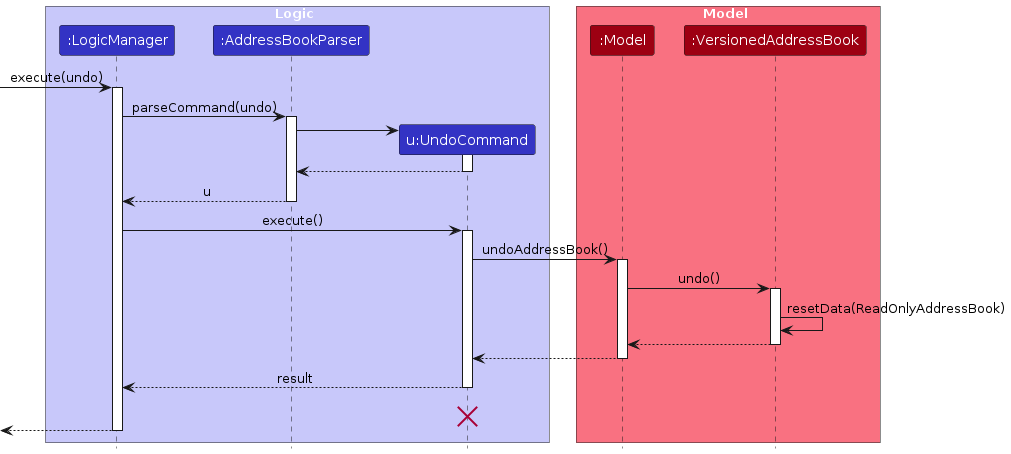
Before: diagrams/UndoSequenceDiagram.png, a diagram exported from PlantUML (AY2324S1-CS2103T-T11-1/tp). Its source is kept beside it as diagrams/UndoSequenceDiagram.puml. Its diagram source:
```plantuml
@startuml
!include style.puml
skinparam ArrowFontStyle plain

box Logic LOGIC_COLOR_T1
participant ":LogicManager" as LogicManager LOGIC_COLOR
participant ":AddressBookParser" as AddressBookParser LOGIC_COLOR
participant "u:UndoCommand" as UndoCommand LOGIC_COLOR
end box

box Model MODEL_COLOR_T1
participant ":Model" as Model MODEL_COLOR
participant ":VersionedAddressBook" as VersionedAddressBook MODEL_COLOR
end box
[-> LogicManager : execute(undo)
activate LogicManager

LogicManager -> AddressBookParser : parseCommand(undo)
activate AddressBookParser

create UndoCommand
AddressBookParser -> UndoCommand
activate UndoCommand

UndoCommand --> AddressBookParser
deactivate UndoCommand

AddressBookParser --> LogicManager : u
deactivate AddressBookParser

LogicManager -> UndoCommand : execute()
activate UndoCommand

UndoCommand -> Model : undoAddressBook()
activate Model

Model -> VersionedAddressBook : undo()
activate VersionedAddressBook

VersionedAddressBook -> VersionedAddressBook :resetData(ReadOnlyAddressBook)
VersionedAddressBook --> Model :
deactivate VersionedAddressBook

Model --> UndoCommand
deactivate Model

UndoCommand --> LogicManager : result
deactivate UndoCommand
UndoCommand -[hidden]-> LogicManager : result
destroy UndoCommand

[<--LogicManager
deactivate LogicManager
@enduml
```
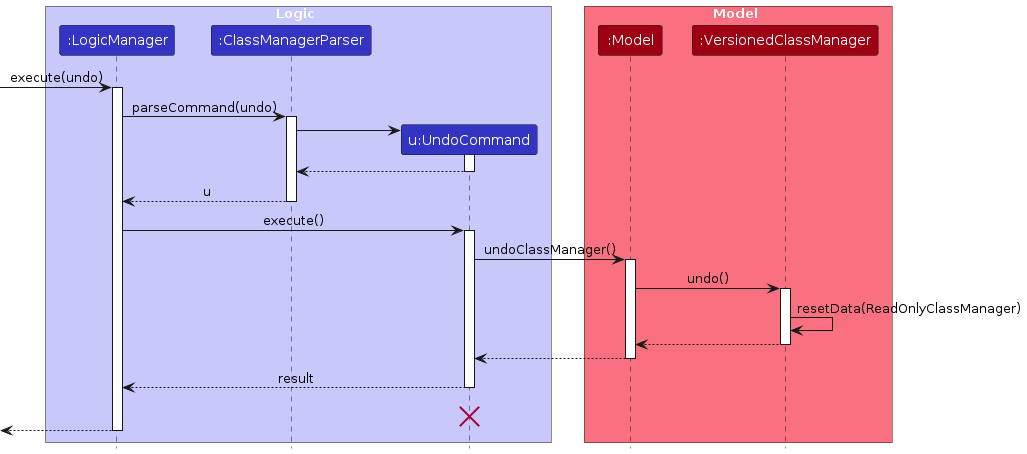
Above is the later version.

The edit, as a diff of the source:
```diff
@@ -4,42 +4,42 @@
 
 box Logic LOGIC_COLOR_T1
 participant ":LogicManager" as LogicManager LOGIC_COLOR
-participant ":AddressBookParser" as AddressBookParser LOGIC_COLOR
+participant ":ClassManagerParser" as ClassManagerParser LOGIC_COLOR
 participant "u:UndoCommand" as UndoCommand LOGIC_COLOR
 end box
 
 box Model MODEL_COLOR_T1
 participant ":Model" as Model MODEL_COLOR
-participant ":VersionedAddressBook" as VersionedAddressBook MODEL_COLOR
+participant ":VersionedClassManager" as VersionedClassManager MODEL_COLOR
 end box
 [-> LogicManager : execute(undo)
 activate LogicManager
 
-LogicManager -> AddressBookParser : parseCommand(undo)
-activate AddressBookParser
+LogicManager -> ClassManagerParser : parseCommand(undo)
+activate ClassManagerParser
 
 create UndoCommand
-AddressBookParser -> UndoCommand
+ClassManagerParser -> UndoCommand
 activate UndoCommand
 
-UndoCommand --> AddressBookParser
+UndoCommand --> ClassManagerParser
 deactivate UndoCommand
 
-AddressBookParser --> LogicManager : u
-deactivate AddressBookParser
+ClassManagerParser --> LogicManager : u
+deactivate ClassManagerParser
 
 LogicManager -> UndoCommand : execute()
 activate UndoCommand
 
-UndoCommand -> Model : undoAddressBook()
+UndoCommand -> Model : undoClassManager()
 activate Model
 
-Model -> VersionedAddressBook : undo()
-activate VersionedAddressBook
+Model -> VersionedClassManager : undo()
+activate VersionedClassManager
 
-VersionedAddressBook -> VersionedAddressBook :resetData(ReadOnlyAddressBook)
-VersionedAddressBook --> Model :
-deactivate VersionedAddressBook
+VersionedClassManager -> VersionedClassManager :resetData(ReadOnlyClassManager)
+VersionedClassManager --> Model :
+deactivate VersionedClassManager
 
 Model --> UndoCommand
 deactivate Model
```
